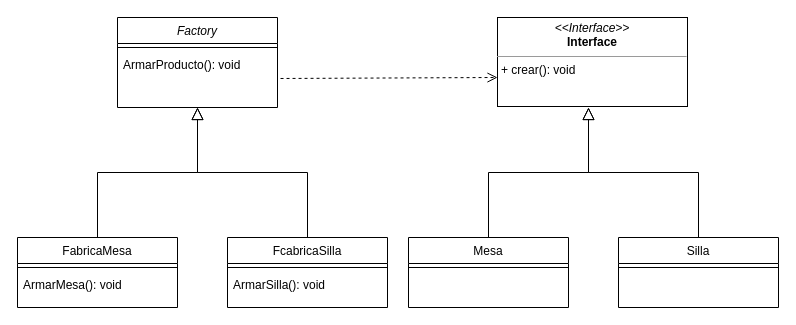
Earlier version of the draw.io diagram FabricaFactoryMetod.drawio (descobar2/Fabrica). Source tidied: cells renumbered, new cells numbered last; positions are measured from the earlier drawing's top-left corner, leaving out a move shared by most shapes. Both pictures are drawn from the tidied source at 100%, with x=0, y=0 at pixel (17, 17).
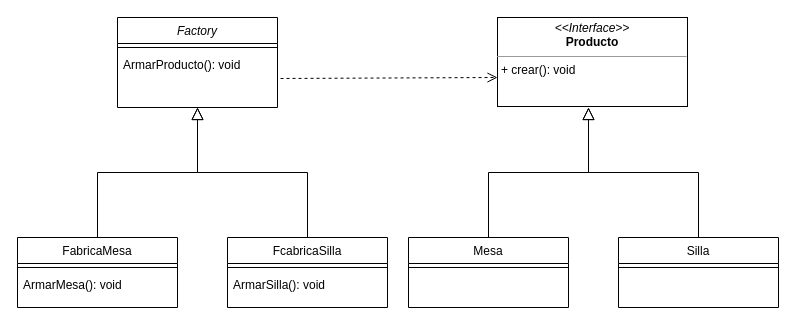
The same page after the edit.

Diff of the diagram source:
```diff
@@
-    <mxCell id="13" value="&lt;p style=&quot;margin:0px;margin-top:4px;text-align:center;&quot;&gt;&lt;i&gt;&amp;lt;&amp;lt;Interface&amp;gt;&amp;gt;&lt;/i&gt;&lt;br&gt;&lt;b&gt;Interface&lt;/b&gt;&lt;/p&gt;&lt;hr size=&quot;1&quot;&gt;&lt;p style=&quot;margin:0px;margin-left:4px;&quot;&gt;+ crear(): void&lt;/p&gt;" style="verticalAlign=top;align=left;overflow=fill;fontSize=12;fontFamily=Helvetica;html=1;whiteSpace=wrap;" parent="1" vertex="1">
+    <mxCell id="13" value="&lt;p style=&quot;margin:0px;margin-top:4px;text-align:center;&quot;&gt;&lt;i&gt;&amp;lt;&amp;lt;Interface&amp;gt;&amp;gt;&lt;/i&gt;&lt;br&gt;&lt;b&gt;Producto&lt;/b&gt;&lt;/p&gt;&lt;hr size=&quot;1&quot;&gt;&lt;p style=&quot;margin:0px;margin-left:4px;&quot;&gt;+ crear(): void&lt;/p&gt;" style="verticalAlign=top;align=left;overflow=fill;fontSize=12;fontFamily=Helvetica;html=1;whiteSpace=wrap;" parent="1" vertex="1">
       <mxGeometry x="480" width="190" height="89" as="geometry" />
     </mxCell>
```
